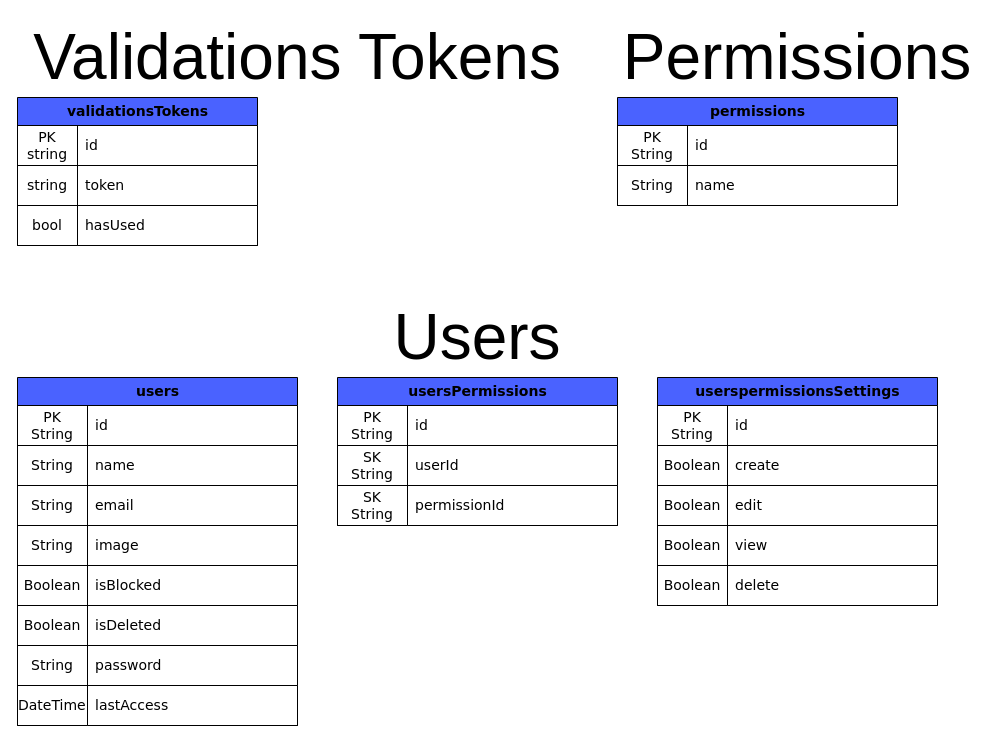
This is src/docs/db.drawio from carlospasqualidev/default-server, a draw.io file, before an edit. Source tidied: cells renumbered, new cells numbered last; positions are measured from the earlier drawing's top-left corner, leaving out a move shared by most shapes. Both pictures are drawn from the tidied source at 100%, with x=0, y=0 at pixel (17, 17).
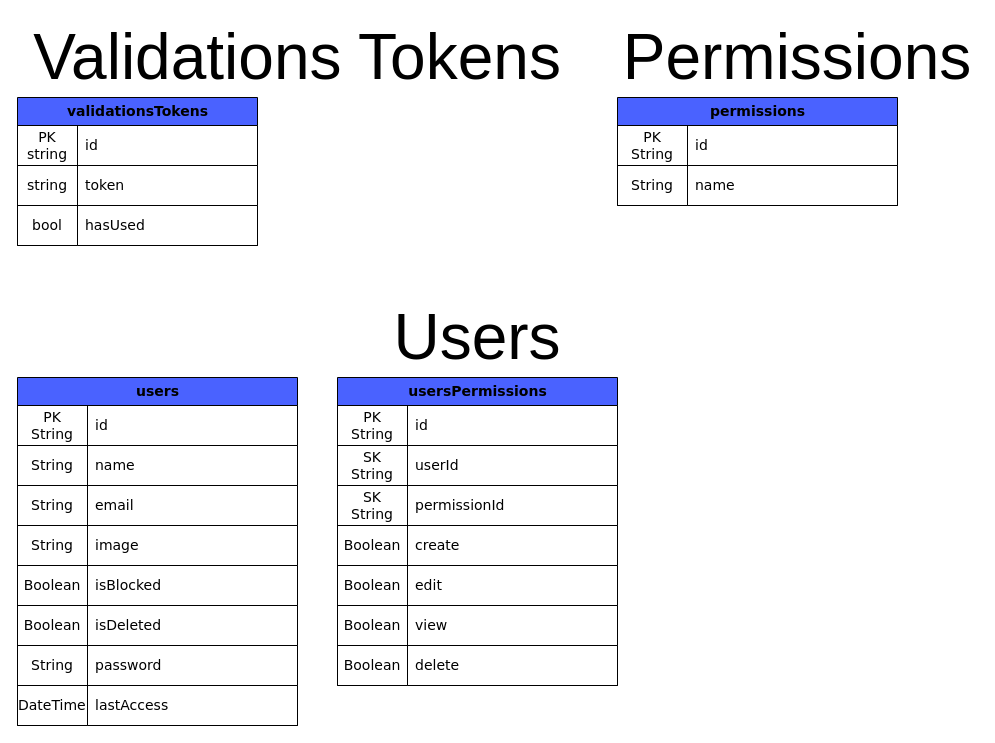
The same diagram, later.

The edit, as a diff of the source:
```diff
@@
     <mxCell id="39" value="usersPermissions" style="shape=table;startSize=28;childLayout=tableLayout;rowLines=1;fontStyle=1;align=center;rounded=0;shadow=0;labelBackgroundColor=none;labelBorderColor=none;comic=0;sketch=0;fontFamily=Verdana;fontSize=14;fontColor=default;strokeColor=default;strokeWidth=1;fillColor=#4A62FF;gradientColor=none;html=1;" parent="1" vertex="1">
-      <mxGeometry x="320" y="360" width="280" height="148" as="geometry" />
+      <mxGeometry x="320" y="360" width="280" height="308" as="geometry" />
     </mxCell>
@@
+    <mxCell id="67" style="shape=partialRectangle;html=1;whiteSpace=wrap;fillColor=none;top=0;left=0;bottom=1;right=0;rounded=0;shadow=0;labelBackgroundColor=none;labelBorderColor=none;comic=0;sketch=0;fontFamily=Verdana;fontSize=14;fontColor=default;startSize=26;strokeColor=default;strokeWidth=1;" parent="39" vertex="1">
+      <mxGeometry y="148" width="280" height="40" as="geometry" />
+    </mxCell>
+    <mxCell id="73" value="&lt;span&gt;Boolean&lt;/span&gt;" style="shape=partialRectangle;html=1;whiteSpace=wrap;fillColor=default;top=1;left=1;bottom=1;right=1;overflow=hidden;rounded=0;shadow=0;labelBackgroundColor=none;labelBorderColor=none;comic=0;sketch=0;fontFamily=Verdana;fontSize=14;fontColor=default;startSize=26;strokeColor=default;strokeWidth=1;align=center;" parent="67" vertex="1">
+      <mxGeometry width="70" height="40" as="geometry" />
+    </mxCell>
+    <mxCell id="63" value="create" style="shape=partialRectangle;html=1;whiteSpace=wrap;fillColor=default;top=1;left=1;bottom=1;right=1;align=left;spacingLeft=6;overflow=hidden;rounded=0;shadow=0;labelBackgroundColor=none;labelBorderColor=none;comic=0;sketch=0;fontFamily=Verdana;fontSize=14;fontColor=default;startSize=26;strokeColor=default;strokeWidth=1;" parent="67" vertex="1">
+      <mxGeometry x="70" width="210" height="40" as="geometry" />
+    </mxCell>
+    <mxCell id="70" style="shape=partialRectangle;html=1;whiteSpace=wrap;fillColor=none;top=0;left=0;bottom=1;right=0;rounded=0;shadow=0;labelBackgroundColor=none;labelBorderColor=none;comic=0;sketch=0;fontFamily=Verdana;fontSize=14;fontColor=default;startSize=26;strokeColor=default;strokeWidth=1;" parent="39" vertex="1">
+      <mxGeometry y="188" width="280" height="40" as="geometry" />
+    </mxCell>
+    <mxCell id="74" value="&lt;span&gt;Boolean&lt;/span&gt;" style="shape=partialRectangle;html=1;whiteSpace=wrap;fillColor=default;top=1;left=1;bottom=1;right=1;overflow=hidden;rounded=0;shadow=0;labelBackgroundColor=none;labelBorderColor=none;comic=0;sketch=0;fontFamily=Verdana;fontSize=14;fontColor=default;startSize=26;strokeColor=default;strokeWidth=1;align=center;" parent="70" vertex="1">
+      <mxGeometry width="70" height="40" as="geometry" />
+    </mxCell>
+    <mxCell id="66" value="edit" style="shape=partialRectangle;html=1;whiteSpace=wrap;fillColor=default;top=1;left=1;bottom=1;right=1;align=left;spacingLeft=6;overflow=hidden;rounded=0;shadow=0;labelBackgroundColor=none;labelBorderColor=none;comic=0;sketch=0;fontFamily=Verdana;fontSize=14;fontColor=default;startSize=26;strokeColor=default;strokeWidth=1;" parent="70" vertex="1">
+      <mxGeometry x="70" width="210" height="40" as="geometry" />
+    </mxCell>
+    <mxCell id="75" style="shape=partialRectangle;html=1;whiteSpace=wrap;fillColor=none;top=0;left=0;bottom=1;right=0;rounded=0;shadow=0;labelBackgroundColor=none;labelBorderColor=none;comic=0;sketch=0;fontFamily=Verdana;fontSize=14;fontColor=default;startSize=26;strokeColor=default;strokeWidth=1;" parent="39" vertex="1">
+      <mxGeometry y="228" width="280" height="40" as="geometry" />
+    </mxCell>
+    <mxCell id="76" value="&lt;span&gt;Boolean&lt;/span&gt;" style="shape=partialRectangle;html=1;whiteSpace=wrap;fillColor=default;top=1;left=1;bottom=1;right=1;overflow=hidden;rounded=0;shadow=0;labelBackgroundColor=none;labelBorderColor=none;comic=0;sketch=0;fontFamily=Verdana;fontSize=14;fontColor=default;startSize=26;strokeColor=default;strokeWidth=1;align=center;" parent="75" vertex="1">
+      <mxGeometry width="70" height="40" as="geometry" />
+    </mxCell>
+    <mxCell id="69" value="view" style="shape=partialRectangle;html=1;whiteSpace=wrap;fillColor=default;top=1;left=1;bottom=1;right=1;align=left;spacingLeft=6;overflow=hidden;rounded=0;shadow=0;labelBackgroundColor=none;labelBorderColor=none;comic=0;sketch=0;fontFamily=Verdana;fontSize=14;fontColor=default;startSize=26;strokeColor=default;strokeWidth=1;" parent="75" vertex="1">
+      <mxGeometry x="70" width="210" height="40" as="geometry" />
+    </mxCell>
+    <mxCell id="77" style="shape=partialRectangle;html=1;whiteSpace=wrap;fillColor=none;top=0;left=0;bottom=1;right=0;rounded=0;shadow=0;labelBackgroundColor=none;labelBorderColor=none;comic=0;sketch=0;fontFamily=Verdana;fontSize=14;fontColor=default;startSize=26;strokeColor=default;strokeWidth=1;" parent="39" vertex="1">
+      <mxGeometry y="268" width="280" height="40" as="geometry" />
+    </mxCell>
+    <mxCell id="78" value="&lt;span&gt;Boolean&lt;/span&gt;" style="shape=partialRectangle;html=1;whiteSpace=wrap;fillColor=default;top=1;left=1;bottom=1;right=1;overflow=hidden;rounded=0;shadow=0;labelBackgroundColor=none;labelBorderColor=none;comic=0;sketch=0;fontFamily=Verdana;fontSize=14;fontColor=default;startSize=26;strokeColor=default;strokeWidth=1;align=center;" parent="77" vertex="1">
+      <mxGeometry width="70" height="40" as="geometry" />
+    </mxCell>
+    <mxCell id="72" value="delete" style="shape=partialRectangle;html=1;whiteSpace=wrap;fillColor=default;top=1;left=1;bottom=1;right=1;align=left;spacingLeft=6;overflow=hidden;rounded=0;shadow=0;labelBackgroundColor=none;labelBorderColor=none;comic=0;sketch=0;fontFamily=Verdana;fontSize=14;fontColor=default;startSize=26;strokeColor=default;strokeWidth=1;" parent="77" vertex="1">
+      <mxGeometry x="70" width="210" height="40" as="geometry" />
+    </mxCell>
@@
-    <mxCell id="57" value="userspermissionsSettings" style="shape=table;startSize=28;childLayout=tableLayout;rowLines=1;fontStyle=1;align=center;rounded=0;shadow=0;labelBackgroundColor=none;labelBorderColor=none;comic=0;sketch=0;fontFamily=Verdana;fontSize=14;fontColor=default;strokeColor=default;strokeWidth=1;fillColor=#4A62FF;gradientColor=none;html=1;" parent="1" vertex="1">
-      <mxGeometry x="640" y="360" width="280" height="228" as="geometry" />
-    </mxCell>
-    <mxCell id="58" style="shape=partialRectangle;html=1;whiteSpace=wrap;fillColor=none;top=0;left=0;bottom=1;right=0;rounded=0;shadow=0;labelBackgroundColor=none;labelBorderColor=none;comic=0;sketch=0;fontFamily=Verdana;fontSize=14;fontColor=default;startSize=26;strokeColor=default;strokeWidth=1;" parent="57" vertex="1">
-      <mxGeometry y="28" width="280" height="40" as="geometry" />
-    </mxCell>
-    <mxCell id="59" value="PK&lt;br&gt;String" style="shape=partialRectangle;html=1;whiteSpace=wrap;fillColor=default;top=1;left=1;bottom=1;right=1;overflow=hidden;rounded=0;shadow=0;labelBackgroundColor=none;labelBorderColor=none;comic=0;sketch=0;fontFamily=Verdana;fontSize=14;fontColor=default;startSize=26;strokeColor=default;strokeWidth=1;align=center;" parent="58" vertex="1">
-      <mxGeometry width="70" height="40" as="geometry" />
-    </mxCell>
-    <mxCell id="60" value="id" style="shape=partialRectangle;html=1;whiteSpace=wrap;fillColor=default;top=1;left=1;bottom=1;right=1;align=left;spacingLeft=6;overflow=hidden;rounded=0;shadow=0;labelBackgroundColor=none;labelBorderColor=none;comic=0;sketch=0;fontFamily=Verdana;fontSize=14;fontColor=default;startSize=26;strokeColor=default;strokeWidth=1;" parent="58" vertex="1">
-      <mxGeometry x="70" width="210" height="40" as="geometry" />
-    </mxCell>
-    <mxCell id="61" style="shape=partialRectangle;html=1;whiteSpace=wrap;fillColor=none;top=0;left=0;bottom=1;right=0;rounded=0;shadow=0;labelBackgroundColor=none;labelBorderColor=none;comic=0;sketch=0;fontFamily=Verdana;fontSize=14;fontColor=default;startSize=26;strokeColor=default;strokeWidth=1;" parent="57" vertex="1">
-      <mxGeometry y="68" width="280" height="40" as="geometry" />
-    </mxCell>
-    <mxCell id="62" value="Boolean" style="shape=partialRectangle;html=1;whiteSpace=wrap;fillColor=default;top=1;left=1;bottom=1;right=1;overflow=hidden;rounded=0;shadow=0;labelBackgroundColor=none;labelBorderColor=none;comic=0;sketch=0;fontFamily=Verdana;fontSize=14;fontColor=default;startSize=26;strokeColor=default;strokeWidth=1;align=center;" parent="61" vertex="1">
-      <mxGeometry width="70" height="40" as="geometry" />
-    </mxCell>
-    <mxCell id="63" value="create" style="shape=partialRectangle;html=1;whiteSpace=wrap;fillColor=default;top=1;left=1;bottom=1;right=1;align=left;spacingLeft=6;overflow=hidden;rounded=0;shadow=0;labelBackgroundColor=none;labelBorderColor=none;comic=0;sketch=0;fontFamily=Verdana;fontSize=14;fontColor=default;startSize=26;strokeColor=default;strokeWidth=1;" parent="61" vertex="1">
-      <mxGeometry x="70" width="210" height="40" as="geometry" />
-    </mxCell>
-    <mxCell id="64" style="shape=partialRectangle;html=1;whiteSpace=wrap;fillColor=none;top=0;left=0;bottom=1;right=0;rounded=0;shadow=0;labelBackgroundColor=none;labelBorderColor=none;comic=0;sketch=0;fontFamily=Verdana;fontSize=14;fontColor=default;startSize=26;strokeColor=default;strokeWidth=1;" parent="57" vertex="1">
-      <mxGeometry y="108" width="280" height="40" as="geometry" />
-    </mxCell>
-    <mxCell id="65" value="&lt;span&gt;Boolean&lt;/span&gt;" style="shape=partialRectangle;html=1;whiteSpace=wrap;fillColor=default;top=1;left=1;bottom=1;right=1;overflow=hidden;rounded=0;shadow=0;labelBackgroundColor=none;labelBorderColor=none;comic=0;sketch=0;fontFamily=Verdana;fontSize=14;fontColor=default;startSize=26;strokeColor=default;strokeWidth=1;align=center;" parent="64" vertex="1">
-      <mxGeometry width="70" height="40" as="geometry" />
-    </mxCell>
-    <mxCell id="66" value="edit" style="shape=partialRectangle;html=1;whiteSpace=wrap;fillColor=default;top=1;left=1;bottom=1;right=1;align=left;spacingLeft=6;overflow=hidden;rounded=0;shadow=0;labelBackgroundColor=none;labelBorderColor=none;comic=0;sketch=0;fontFamily=Verdana;fontSize=14;fontColor=default;startSize=26;strokeColor=default;strokeWidth=1;" parent="64" vertex="1">
-      <mxGeometry x="70" width="210" height="40" as="geometry" />
-    </mxCell>
-    <mxCell id="67" style="shape=partialRectangle;html=1;whiteSpace=wrap;fillColor=none;top=0;left=0;bottom=1;right=0;rounded=0;shadow=0;labelBackgroundColor=none;labelBorderColor=none;comic=0;sketch=0;fontFamily=Verdana;fontSize=14;fontColor=default;startSize=26;strokeColor=default;strokeWidth=1;" parent="57" vertex="1">
-      <mxGeometry y="148" width="280" height="40" as="geometry" />
-    </mxCell>
-    <mxCell id="68" value="&lt;span&gt;Boolean&lt;/span&gt;" style="shape=partialRectangle;html=1;whiteSpace=wrap;fillColor=default;top=1;left=1;bottom=1;right=1;overflow=hidden;rounded=0;shadow=0;labelBackgroundColor=none;labelBorderColor=none;comic=0;sketch=0;fontFamily=Verdana;fontSize=14;fontColor=default;startSize=26;strokeColor=default;strokeWidth=1;align=center;" parent="67" vertex="1">
-      <mxGeometry width="70" height="40" as="geometry" />
-    </mxCell>
-    <mxCell id="69" value="view" style="shape=partialRectangle;html=1;whiteSpace=wrap;fillColor=default;top=1;left=1;bottom=1;right=1;align=left;spacingLeft=6;overflow=hidden;rounded=0;shadow=0;labelBackgroundColor=none;labelBorderColor=none;comic=0;sketch=0;fontFamily=Verdana;fontSize=14;fontColor=default;startSize=26;strokeColor=default;strokeWidth=1;" parent="67" vertex="1">
-      <mxGeometry x="70" width="210" height="40" as="geometry" />
-    </mxCell>
-    <mxCell id="70" style="shape=partialRectangle;html=1;whiteSpace=wrap;fillColor=none;top=0;left=0;bottom=1;right=0;rounded=0;shadow=0;labelBackgroundColor=none;labelBorderColor=none;comic=0;sketch=0;fontFamily=Verdana;fontSize=14;fontColor=default;startSize=26;strokeColor=default;strokeWidth=1;" parent="57" vertex="1">
-      <mxGeometry y="188" width="280" height="40" as="geometry" />
-    </mxCell>
-    <mxCell id="71" value="&lt;span&gt;Boolean&lt;/span&gt;" style="shape=partialRectangle;html=1;whiteSpace=wrap;fillColor=default;top=1;left=1;bottom=1;right=1;overflow=hidden;rounded=0;shadow=0;labelBackgroundColor=none;labelBorderColor=none;comic=0;sketch=0;fontFamily=Verdana;fontSize=14;fontColor=default;startSize=26;strokeColor=default;strokeWidth=1;align=center;" parent="70" vertex="1">
-      <mxGeometry width="70" height="40" as="geometry" />
-    </mxCell>
-    <mxCell id="72" value="delete" style="shape=partialRectangle;html=1;whiteSpace=wrap;fillColor=default;top=1;left=1;bottom=1;right=1;align=left;spacingLeft=6;overflow=hidden;rounded=0;shadow=0;labelBackgroundColor=none;labelBorderColor=none;comic=0;sketch=0;fontFamily=Verdana;fontSize=14;fontColor=default;startSize=26;strokeColor=default;strokeWidth=1;" parent="70" vertex="1">
-      <mxGeometry x="70" width="210" height="40" as="geometry" />
-    </mxCell>
```
